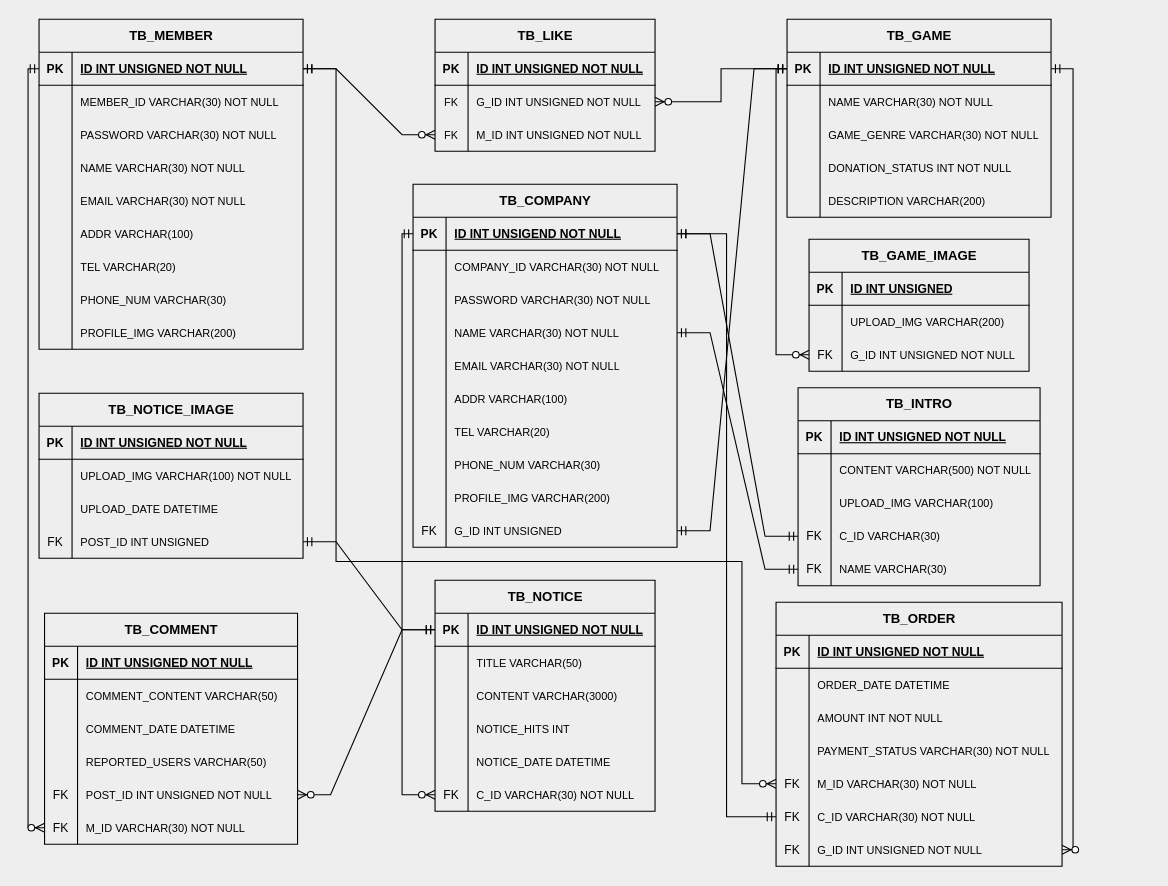
jaehyeonkim0/SpringSecurity keeps this draw.io diagram as ERD.drawio. Above is the earlier version. Source tidied: cells renumbered, new cells numbered last; positions are measured from the earlier drawing's top-left corner, leaving out a move shared by most shapes. Both pictures are drawn from the tidied source at 110%, with x=0, y=0 at pixel (38, 19).
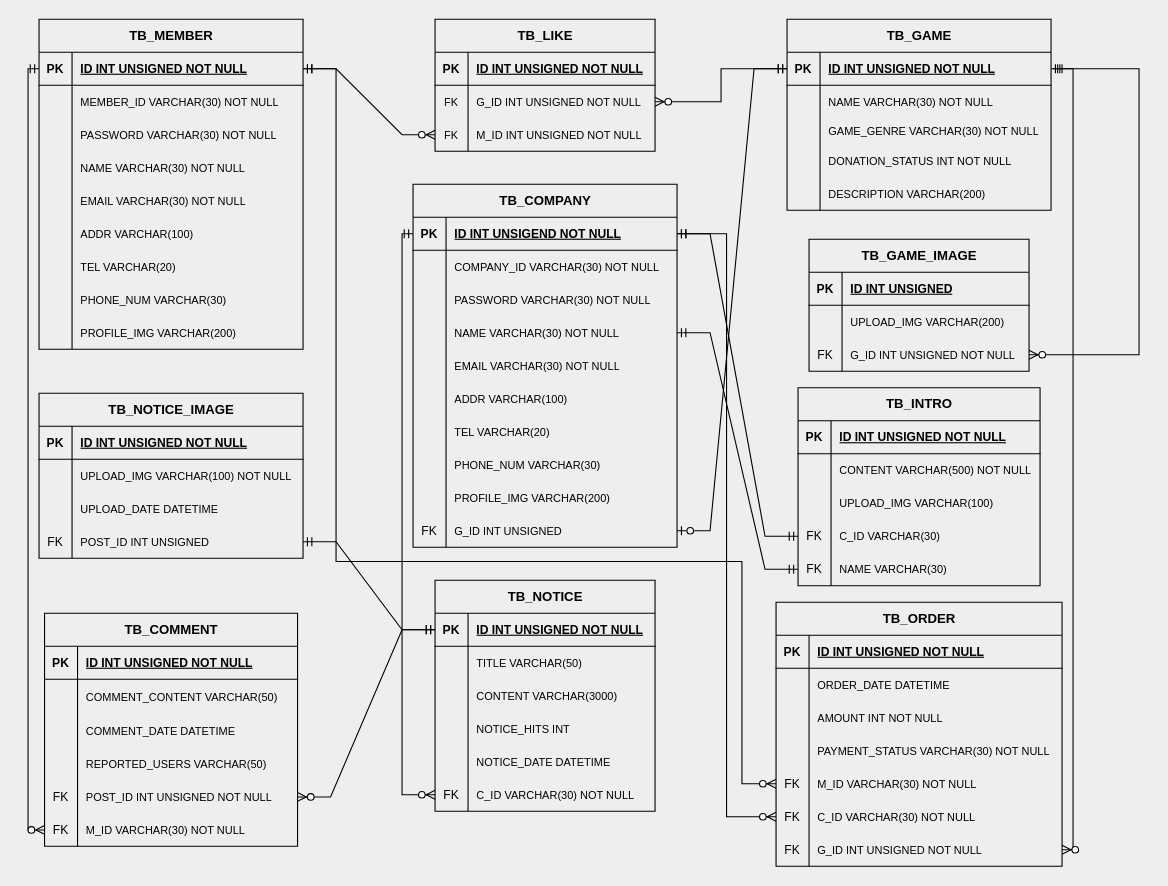
The same diagram, later.

Unchanged cells that the change refers to:
```xml
<mxCell id="31" style="shape=tableRow;horizontal=0;startSize=0;swimlaneHead=0;swimlaneBody=0;fillColor=none;points=[[0,0.5],[1,0.5]];portConstraint=eastwest;top=0;left=0;right=0;bottom=1;" parent="30" vertex="1">
  <mxGeometry y="30" width="240" height="30" as="geometry" />
</mxCell>
<mxCell id="57" style="shape=tableRow;horizontal=0;startSize=0;swimlaneHead=0;swimlaneBody=0;fillColor=none;points=[[0,0.5],[1,0.5]];portConstraint=eastwest;top=0;left=0;right=0;bottom=1;" parent="56" vertex="1">
  <mxGeometry y="30" width="240" height="30" as="geometry" />
</mxCell>
<mxCell id="84" style="shape=tableRow;horizontal=0;startSize=0;swimlaneHead=0;swimlaneBody=0;fillColor=none;points=[[0,0.5],[1,0.5]];portConstraint=eastwest;top=0;left=0;right=0;bottom=0;" parent="56" vertex="1">
  <mxGeometry y="300" width="240" height="30" as="geometry" />
</mxCell>
<mxCell id="170" style="shape=tableRow;horizontal=0;startSize=0;swimlaneHead=0;swimlaneBody=0;fillColor=none;points=[[0,0.5],[1,0.5]];portConstraint=eastwest;top=0;left=0;right=0;bottom=0;" parent="154" vertex="1">
  <mxGeometry y="180" width="260" height="30" as="geometry" />
</mxCell>
<mxCell id="183" style="shape=tableRow;horizontal=0;startSize=0;swimlaneHead=0;swimlaneBody=0;fillColor=none;points=[[0,0.5],[1,0.5]];portConstraint=eastwest;top=0;left=0;right=0;bottom=0;" parent="176" vertex="1">
  <mxGeometry y="90" width="200" height="30" as="geometry" />
</mxCell>
```

Change to the diagram source:
```diff
@@
     <mxCell id="30" value="TB_GAME" style="shape=table;startSize=30;childLayout=tableLayout;rowLines=0;fontStyle=1;align=center;html=1;fillColor=#eeeeee;" parent="1" vertex="1">
-      <mxGeometry x="680" width="240" height="180" as="geometry" />
+      <mxGeometry x="680" width="240" height="173.7" as="geometry" />
     </mxCell>
@@
     <mxCell id="37" style="shape=tableRow;horizontal=0;startSize=0;swimlaneHead=0;swimlaneBody=0;fillColor=none;top=0;left=0;right=0;bottom=0;" parent="30" vertex="1">
-      <mxGeometry y="90" width="240" height="30" as="geometry" />
+      <mxGeometry y="90" width="240" height="24" as="geometry" />
     </mxCell>
     <mxCell id="38" style="shape=partialRectangle;fillColor=none;top=0;left=0;bottom=0;right=0;overflow=hidden;whiteSpace=wrap;html=1;" parent="37" vertex="1">
-      <mxGeometry width="30" height="30" as="geometry" />
+      <mxGeometry width="30" height="24" as="geometry" />
     </mxCell>
     <mxCell id="39" value="&lt;font style=&quot;font-size: 10px;&quot;&gt;GAME_GENRE VARCHAR(30) NOT NULL&lt;/font&gt;" style="shape=partialRectangle;fillColor=none;top=0;left=0;bottom=0;right=0;align=left;spacingLeft=6;overflow=hidden;whiteSpace=wrap;html=1;fontSize=10;" parent="37" vertex="1">
-      <mxGeometry x="30" width="210" height="30" as="geometry" />
+      <mxGeometry x="30" width="210" height="24" as="geometry" />
     </mxCell>
     <mxCell id="40" style="shape=tableRow;horizontal=0;startSize=0;swimlaneHead=0;swimlaneBody=0;fillColor=none;top=0;left=0;right=0;bottom=0;" parent="30" vertex="1">
-      <mxGeometry y="120" width="240" height="30" as="geometry" />
+      <mxGeometry y="114" width="240" height="30" as="geometry" />
     </mxCell>
@@
     <mxCell id="43" style="shape=tableRow;horizontal=0;startSize=0;swimlaneHead=0;swimlaneBody=0;fillColor=none;top=0;left=0;right=0;bottom=0;" parent="30" vertex="1">
-      <mxGeometry y="150" width="240" height="30" as="geometry" />
+      <mxGeometry y="144" width="240" height="30" as="geometry" />
     </mxCell>
@@
     <mxCell id="122" value="TB_COMMENT" style="shape=table;startSize=30;childLayout=tableLayout;rowLines=0;fontStyle=1;align=center;html=1;fillColor=#EEEEEE;" parent="1" vertex="1">
-      <mxGeometry x="5" y="540" width="230" height="210" as="geometry" />
+      <mxGeometry x="5" y="540" width="230" height="211.8" as="geometry" />
     </mxCell>
@@
     <mxCell id="126" style="shape=tableRow;horizontal=0;startSize=0;swimlaneHead=0;swimlaneBody=0;fillColor=none;top=0;left=0;right=0;bottom=0;" parent="122" vertex="1">
-      <mxGeometry y="60" width="230" height="30" as="geometry" />
+      <mxGeometry y="60" width="230" height="32" as="geometry" />
     </mxCell>
     <mxCell id="127" style="shape=partialRectangle;fillColor=none;top=0;left=0;bottom=0;right=0;overflow=hidden;whiteSpace=wrap;html=1;" parent="126" vertex="1">
-      <mxGeometry width="30" height="30" as="geometry" />
+      <mxGeometry width="30" height="32" as="geometry" />
     </mxCell>
     <mxCell id="128" value="COMMENT_CONTENT VARCHAR(50)" style="shape=partialRectangle;fillColor=none;top=0;left=0;bottom=0;right=0;align=left;spacingLeft=6;overflow=hidden;whiteSpace=wrap;html=1;fontSize=10;" parent="126" vertex="1">
-      <mxGeometry x="30" width="200" height="30" as="geometry" />
+      <mxGeometry x="30" width="200" height="32" as="geometry" />
     </mxCell>
     <mxCell id="129" style="shape=tableRow;horizontal=0;startSize=0;swimlaneHead=0;swimlaneBody=0;fillColor=none;top=0;left=0;right=0;bottom=0;" parent="122" vertex="1">
-      <mxGeometry y="90" width="230" height="30" as="geometry" />
+      <mxGeometry y="92" width="230" height="30" as="geometry" />
     </mxCell>
@@
     <mxCell id="132" style="shape=tableRow;horizontal=0;startSize=0;swimlaneHead=0;swimlaneBody=0;fillColor=none;top=0;left=0;right=0;bottom=0;" parent="122" vertex="1">
-      <mxGeometry y="120" width="230" height="30" as="geometry" />
+      <mxGeometry y="122" width="230" height="30" as="geometry" />
     </mxCell>
@@
     <mxCell id="135" style="shape=tableRow;horizontal=0;startSize=0;swimlaneHead=0;swimlaneBody=0;fillColor=none;points=[[0,0.5],[1,0.5]];portConstraint=eastwest;top=0;left=0;right=0;bottom=0;" parent="122" vertex="1">
-      <mxGeometry y="150" width="230" height="30" as="geometry" />
+      <mxGeometry y="152" width="230" height="30" as="geometry" />
     </mxCell>
@@
     <mxCell id="138" style="shape=tableRow;horizontal=0;startSize=0;swimlaneHead=0;swimlaneBody=0;fillColor=none;points=[[0,0.5],[1,0.5]];portConstraint=eastwest;top=0;left=0;right=0;bottom=0;" parent="122" vertex="1">
-      <mxGeometry y="180" width="230" height="30" as="geometry" />
+      <mxGeometry y="182" width="230" height="30" as="geometry" />
     </mxCell>
@@
-    <mxCell id="186" style="edgeStyle=entityRelationEdgeStyle;fontSize=12;html=1;endArrow=ERmandOne;startArrow=ERmandOne;rounded=0;exitX=1;exitY=0.5;exitDx=0;exitDy=0;" parent="1" edge="1" source="84" target="31">
+    <mxCell id="186" style="edgeStyle=entityRelationEdgeStyle;fontSize=12;html=1;endArrow=ERzeroToOne;startArrow=ERmandOne;rounded=0;exitX=0;exitY=0.5;exitDx=0;exitDy=0;endFill=0;entryX=1;entryY=0.5;entryDx=0;entryDy=0;" parent="1" edge="1" source="31" target="84">
       <mxGeometry relative="1" as="geometry" />
     </mxCell>
@@
-    <mxCell id="195" style="edgeStyle=orthogonalEdgeStyle;fontSize=12;html=1;endArrow=ERmandOne;startArrow=ERmandOne;rounded=0;entryX=1;entryY=0.5;entryDx=0;entryDy=0;exitX=0;exitY=0.5;exitDx=0;exitDy=0;" parent="1" edge="1" source="170" target="57">
-      <mxGeometry relative="1" as="geometry" />
-    </mxCell>
@@
-    <mxCell id="197" style="edgeStyle=orthogonalEdgeStyle;fontSize=12;html=1;endArrow=ERzeroToMany;startArrow=ERmandOne;rounded=0;exitX=0;exitY=0.5;exitDx=0;exitDy=0;entryX=0;entryY=0.5;entryDx=0;entryDy=0;" parent="1" edge="1" source="31" target="183">
-      <mxGeometry relative="1" as="geometry" />
+    <mxCell id="197" style="edgeStyle=orthogonalEdgeStyle;fontSize=12;html=1;endArrow=ERzeroToMany;startArrow=ERmandOne;rounded=0;entryX=1;entryY=0.5;entryDx=0;entryDy=0;" parent="1" edge="1" target="183">
+      <mxGeometry relative="1" as="geometry">
+        <mxPoint x="922" y="45" as="sourcePoint" />
+        <Array as="points">
+          <mxPoint x="1000" y="45" />
+          <mxPoint x="1000" y="305" />
+        </Array>
+      </mxGeometry>
     </mxCell>
@@
+    <mxCell id="199" style="edgeStyle=orthogonalEdgeStyle;fontSize=12;html=1;endArrow=ERzeroToMany;startArrow=ERmandOne;rounded=0;exitX=1;exitY=0.5;exitDx=0;exitDy=0;entryX=0;entryY=0.5;entryDx=0;entryDy=0;" parent="1" edge="1" source="57" target="170">
+      <mxGeometry relative="1" as="geometry" />
+    </mxCell>
```
